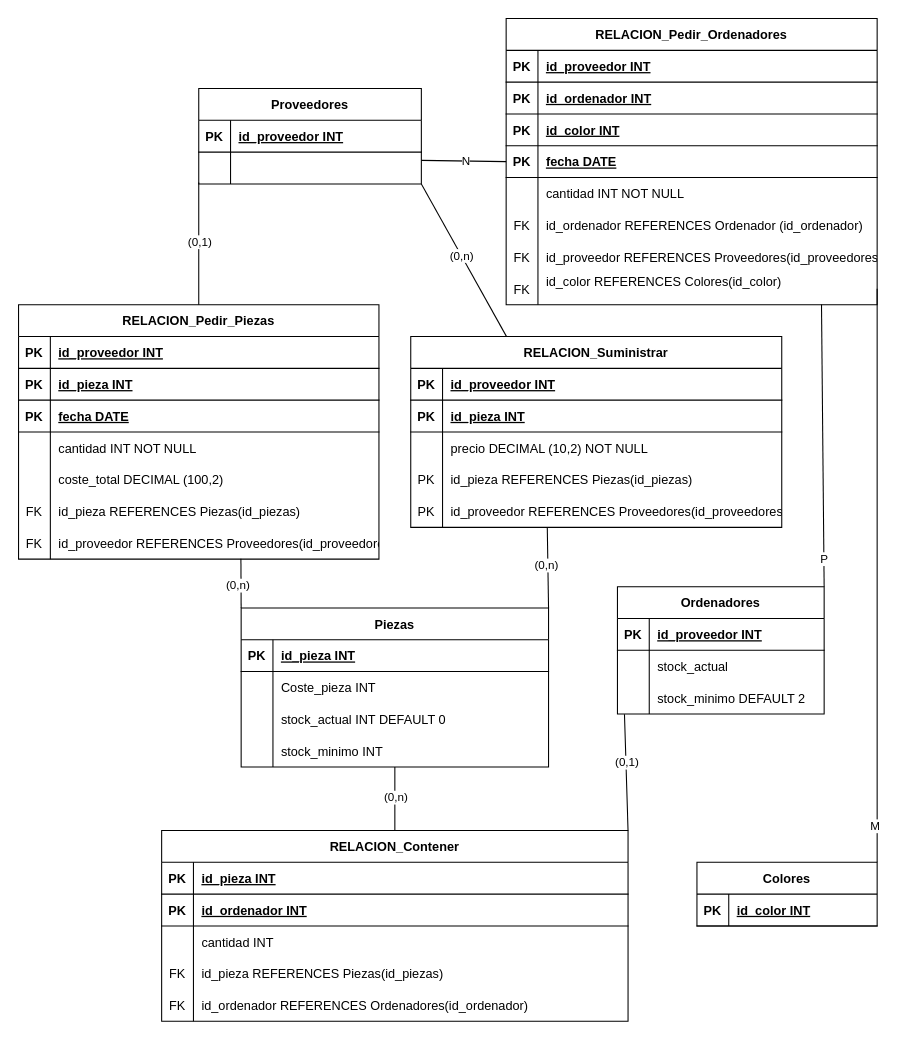
aloantony/TrabajosEnGrupoGII-DalilaTony keeps this draw.io diagram as IngenieríaDeSoftware/P2-A3/Modelado R4.drawio. Above is the earlier version. Source tidied: cells renumbered, new cells numbered last; positions are measured from the earlier drawing's top-left corner, leaving out a move shared by most shapes. Both pictures are drawn from the tidied source at 106%, with x=0, y=0 at pixel (18, 18).
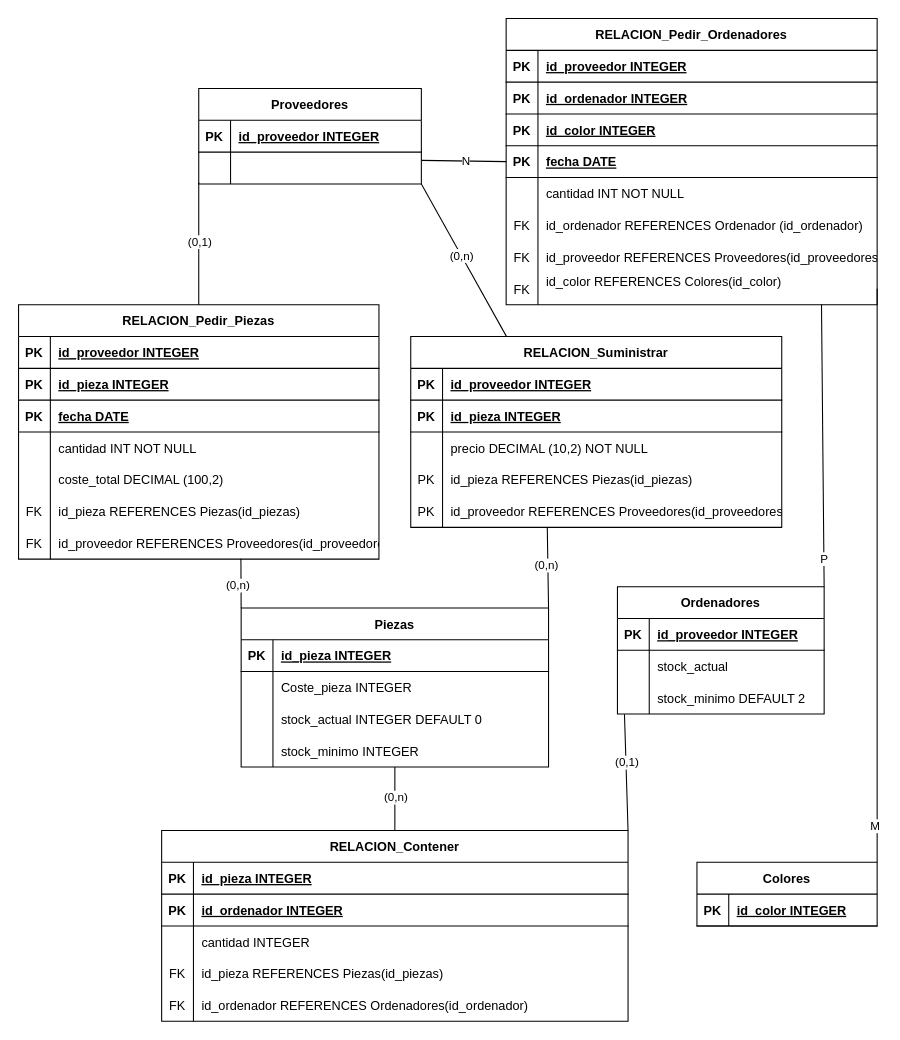
After the change.

Unchanged cells that the change refers to:
```xml
<mxCell id="3" style="shape=tableRow;horizontal=0;startSize=0;swimlaneHead=0;swimlaneBody=0;fillColor=none;strokeColor=inherit;top=0;left=0;right=0;bottom=1;" parent="2" vertex="1">
  <mxGeometry y="30" width="290" height="30" as="geometry" />
</mxCell>
<mxCell id="6" style="shape=tableRow;horizontal=0;startSize=0;swimlaneHead=0;swimlaneBody=0;fillColor=none;strokeColor=inherit;top=0;left=0;right=0;bottom=0;" parent="2" vertex="1">
  <mxGeometry y="60" width="290" height="30" as="geometry" />
</mxCell>
<mxCell id="9" style="shape=tableRow;horizontal=0;startSize=0;swimlaneHead=0;swimlaneBody=0;fillColor=none;strokeColor=inherit;top=0;left=0;right=0;bottom=0;" parent="2" vertex="1">
  <mxGeometry y="90" width="290" height="30" as="geometry" />
</mxCell>
<mxCell id="12" style="shape=tableRow;horizontal=0;startSize=0;swimlaneHead=0;swimlaneBody=0;fillColor=none;strokeColor=inherit;top=0;left=0;right=0;bottom=0;" parent="2" vertex="1">
  <mxGeometry y="120" width="290" height="30" as="geometry" />
</mxCell>
<mxCell id="16" style="shape=tableRow;horizontal=0;startSize=0;swimlaneHead=0;swimlaneBody=0;fillColor=none;strokeColor=inherit;top=0;left=0;right=0;bottom=1;" parent="15" vertex="1">
  <mxGeometry y="30" width="440" height="30" as="geometry" />
</mxCell>
<mxCell id="19" style="shape=tableRow;horizontal=0;startSize=0;swimlaneHead=0;swimlaneBody=0;fillColor=none;strokeColor=inherit;top=0;left=0;right=0;bottom=1;" parent="15" vertex="1">
  <mxGeometry y="60" width="440" height="30" as="geometry" />
</mxCell>
<mxCell id="22" style="shape=tableRow;horizontal=0;startSize=0;swimlaneHead=0;swimlaneBody=0;fillColor=none;strokeColor=inherit;top=0;left=0;right=0;bottom=0;" parent="15" vertex="1">
  <mxGeometry y="90" width="440" height="30" as="geometry" />
</mxCell>
<mxCell id="36" style="shape=tableRow;horizontal=0;startSize=0;swimlaneHead=0;swimlaneBody=0;fillColor=none;strokeColor=inherit;top=0;left=0;right=0;bottom=1;" parent="35" vertex="1">
  <mxGeometry y="30" width="210" height="30" as="geometry" />
</mxCell>
<mxCell id="47" style="shape=tableRow;horizontal=0;startSize=0;swimlaneHead=0;swimlaneBody=0;fillColor=none;strokeColor=inherit;top=0;left=0;right=0;bottom=1;" parent="46" vertex="1">
  <mxGeometry y="30" width="350" height="30" as="geometry" />
</mxCell>
<mxCell id="50" style="shape=tableRow;horizontal=0;startSize=0;swimlaneHead=0;swimlaneBody=0;fillColor=none;strokeColor=inherit;top=0;left=0;right=0;bottom=1;" parent="46" vertex="1">
  <mxGeometry y="60" width="350" height="30" as="geometry" />
</mxCell>
<mxCell id="63" style="shape=tableRow;horizontal=0;startSize=0;swimlaneHead=0;swimlaneBody=0;fillColor=none;strokeColor=inherit;top=0;left=0;right=0;bottom=1;" parent="62" vertex="1">
  <mxGeometry y="30" width="340" height="30" as="geometry" />
</mxCell>
<mxCell id="66" style="shape=tableRow;horizontal=0;startSize=0;swimlaneHead=0;swimlaneBody=0;fillColor=none;strokeColor=inherit;top=0;left=0;right=0;bottom=1;" parent="62" vertex="1">
  <mxGeometry y="60" width="340" height="30" as="geometry" />
</mxCell>
<mxCell id="89" style="shape=tableRow;horizontal=0;startSize=0;swimlaneHead=0;swimlaneBody=0;fillColor=none;strokeColor=inherit;top=0;left=0;right=0;bottom=1;" parent="88" vertex="1">
  <mxGeometry y="30" width="195" height="30" as="geometry" />
</mxCell>
<mxCell id="99" style="shape=tableRow;horizontal=0;startSize=0;swimlaneHead=0;swimlaneBody=0;fillColor=none;strokeColor=inherit;top=0;left=0;right=0;bottom=1;" parent="98" vertex="1">
  <mxGeometry y="30" width="350" height="30" as="geometry" />
</mxCell>
<mxCell id="102" style="shape=tableRow;horizontal=0;startSize=0;swimlaneHead=0;swimlaneBody=0;fillColor=none;strokeColor=inherit;top=0;left=0;right=0;bottom=1;" parent="98" vertex="1">
  <mxGeometry y="60" width="350" height="30" as="geometry" />
</mxCell>
<mxCell id="105" style="shape=tableRow;horizontal=0;startSize=0;swimlaneHead=0;swimlaneBody=0;fillColor=none;strokeColor=inherit;top=0;left=0;right=0;bottom=1;" parent="98" vertex="1">
  <mxGeometry y="90" width="350" height="30" as="geometry" />
</mxCell>
<mxCell id="128" style="shape=tableRow;horizontal=0;startSize=0;swimlaneHead=0;swimlaneBody=0;fillColor=none;strokeColor=inherit;top=0;left=0;right=0;bottom=1;" parent="127" vertex="1">
  <mxGeometry y="30" width="170" height="30" as="geometry" />
</mxCell>
```

Diff of the diagram source:
```diff
@@
-    <mxCell id="5" value="id_pieza INT" style="shape=partialRectangle;overflow=hidden;fillColor=none;align=left;strokeColor=inherit;top=0;left=0;bottom=0;right=0;spacingLeft=6;fontStyle=5;" parent="3" vertex="1">
+    <mxCell id="5" value="id_pieza INTEGER" style="shape=partialRectangle;overflow=hidden;fillColor=none;align=left;strokeColor=inherit;top=0;left=0;bottom=0;right=0;spacingLeft=6;fontStyle=5;" parent="3" vertex="1">
       <mxGeometry x="30" width="260" height="30" as="geometry" />
     </mxCell>
@@
-    <mxCell id="8" value="Coste_pieza INT" style="shape=partialRectangle;overflow=hidden;fillColor=none;align=left;strokeColor=inherit;top=0;left=0;bottom=0;right=0;spacingLeft=6;" parent="6" vertex="1">
+    <mxCell id="8" value="Coste_pieza INTEGER" style="shape=partialRectangle;overflow=hidden;fillColor=none;align=left;strokeColor=inherit;top=0;left=0;bottom=0;right=0;spacingLeft=6;" parent="6" vertex="1">
       <mxGeometry x="30" width="260" height="30" as="geometry" />
     </mxCell>
@@
-    <mxCell id="11" value="stock_actual INT DEFAULT 0" style="shape=partialRectangle;overflow=hidden;fillColor=none;align=left;strokeColor=inherit;top=0;left=0;bottom=0;right=0;spacingLeft=6;" parent="9" vertex="1">
+    <mxCell id="11" value="stock_actual INTEGER DEFAULT 0" style="shape=partialRectangle;overflow=hidden;fillColor=none;align=left;strokeColor=inherit;top=0;left=0;bottom=0;right=0;spacingLeft=6;" parent="9" vertex="1">
       <mxGeometry x="30" width="260" height="30" as="geometry" />
     </mxCell>
@@
-    <mxCell id="14" value="stock_minimo INT" style="shape=partialRectangle;overflow=hidden;fillColor=none;align=left;strokeColor=inherit;top=0;left=0;bottom=0;right=0;spacingLeft=6;" parent="12" vertex="1">
+    <mxCell id="14" value="stock_minimo INTEGER" style="shape=partialRectangle;overflow=hidden;fillColor=none;align=left;strokeColor=inherit;top=0;left=0;bottom=0;right=0;spacingLeft=6;" parent="12" vertex="1">
       <mxGeometry x="30" width="260" height="30" as="geometry" />
     </mxCell>
@@
-    <mxCell id="18" value="id_pieza INT" style="shape=partialRectangle;overflow=hidden;fillColor=none;align=left;strokeColor=inherit;top=0;left=0;bottom=0;right=0;spacingLeft=6;fontStyle=5;" parent="16" vertex="1">
+    <mxCell id="18" value="id_pieza INTEGER" style="shape=partialRectangle;overflow=hidden;fillColor=none;align=left;strokeColor=inherit;top=0;left=0;bottom=0;right=0;spacingLeft=6;fontStyle=5;" parent="16" vertex="1">
       <mxGeometry x="30" width="410" height="30" as="geometry" />
     </mxCell>
@@
-    <mxCell id="21" value="id_ordenador INT" style="shape=partialRectangle;overflow=hidden;fillColor=none;align=left;strokeColor=inherit;top=0;left=0;bottom=0;right=0;spacingLeft=6;fontStyle=5;" parent="19" vertex="1">
+    <mxCell id="21" value="id_ordenador INTEGER" style="shape=partialRectangle;overflow=hidden;fillColor=none;align=left;strokeColor=inherit;top=0;left=0;bottom=0;right=0;spacingLeft=6;fontStyle=5;" parent="19" vertex="1">
       <mxGeometry x="30" width="410" height="30" as="geometry" />
     </mxCell>
@@
-    <mxCell id="24" value="cantidad INT" style="shape=partialRectangle;overflow=hidden;fillColor=none;align=left;strokeColor=inherit;top=0;left=0;bottom=0;right=0;spacingLeft=6;" parent="22" vertex="1">
+    <mxCell id="24" value="cantidad INTEGER" style="shape=partialRectangle;overflow=hidden;fillColor=none;align=left;strokeColor=inherit;top=0;left=0;bottom=0;right=0;spacingLeft=6;" parent="22" vertex="1">
       <mxGeometry x="30" width="410" height="30" as="geometry" />
     </mxCell>
@@
-    <mxCell id="38" value="id_proveedor INT" style="shape=partialRectangle;overflow=hidden;fillColor=none;align=left;strokeColor=inherit;top=0;left=0;bottom=0;right=0;spacingLeft=6;fontStyle=5;" parent="36" vertex="1">
+    <mxCell id="38" value="id_proveedor INTEGER" style="shape=partialRectangle;overflow=hidden;fillColor=none;align=left;strokeColor=inherit;top=0;left=0;bottom=0;right=0;spacingLeft=6;fontStyle=5;" parent="36" vertex="1">
       <mxGeometry x="30" width="180" height="30" as="geometry" />
     </mxCell>
@@
-    <mxCell id="49" value="id_proveedor INT" style="shape=partialRectangle;overflow=hidden;fillColor=none;align=left;strokeColor=inherit;top=0;left=0;bottom=0;right=0;spacingLeft=6;fontStyle=5;" parent="47" vertex="1">
+    <mxCell id="49" value="id_proveedor INTEGER" style="shape=partialRectangle;overflow=hidden;fillColor=none;align=left;strokeColor=inherit;top=0;left=0;bottom=0;right=0;spacingLeft=6;fontStyle=5;" parent="47" vertex="1">
       <mxGeometry x="30" width="320" height="30" as="geometry" />
     </mxCell>
@@
-    <mxCell id="52" value="id_pieza INT" style="shape=partialRectangle;overflow=hidden;fillColor=none;align=left;strokeColor=inherit;top=0;left=0;bottom=0;right=0;spacingLeft=6;fontStyle=5;" parent="50" vertex="1">
+    <mxCell id="52" value="id_pieza INTEGER" style="shape=partialRectangle;overflow=hidden;fillColor=none;align=left;strokeColor=inherit;top=0;left=0;bottom=0;right=0;spacingLeft=6;fontStyle=5;" parent="50" vertex="1">
       <mxGeometry x="30" width="320" height="30" as="geometry" />
     </mxCell>
@@
-    <mxCell id="65" value="id_proveedor INT" style="shape=partialRectangle;overflow=hidden;fillColor=none;align=left;strokeColor=inherit;top=0;left=0;bottom=0;right=0;spacingLeft=6;fontStyle=5;" parent="63" vertex="1">
+    <mxCell id="65" value="id_proveedor INTEGER" style="shape=partialRectangle;overflow=hidden;fillColor=none;align=left;strokeColor=inherit;top=0;left=0;bottom=0;right=0;spacingLeft=6;fontStyle=5;" parent="63" vertex="1">
       <mxGeometry x="30" width="310" height="30" as="geometry" />
     </mxCell>
@@
-    <mxCell id="68" value="id_pieza INT" style="shape=partialRectangle;overflow=hidden;fillColor=none;align=left;strokeColor=inherit;top=0;left=0;bottom=0;right=0;spacingLeft=6;fontStyle=5;" parent="66" vertex="1">
+    <mxCell id="68" value="id_pieza INTEGER" style="shape=partialRectangle;overflow=hidden;fillColor=none;align=left;strokeColor=inherit;top=0;left=0;bottom=0;right=0;spacingLeft=6;fontStyle=5;" parent="66" vertex="1">
       <mxGeometry x="30" width="310" height="30" as="geometry" />
     </mxCell>
@@
-    <mxCell id="91" value="id_proveedor INT" style="shape=partialRectangle;overflow=hidden;fillColor=none;align=left;strokeColor=inherit;top=0;left=0;bottom=0;right=0;spacingLeft=6;fontStyle=5;" parent="89" vertex="1">
+    <mxCell id="91" value="id_proveedor INTEGER" style="shape=partialRectangle;overflow=hidden;fillColor=none;align=left;strokeColor=inherit;top=0;left=0;bottom=0;right=0;spacingLeft=6;fontStyle=5;" parent="89" vertex="1">
       <mxGeometry x="30" width="165" height="30" as="geometry" />
     </mxCell>
@@
-    <mxCell id="101" value="id_proveedor INT" style="shape=partialRectangle;overflow=hidden;fillColor=none;align=left;strokeColor=inherit;top=0;left=0;bottom=0;right=0;spacingLeft=6;fontStyle=5;" parent="99" vertex="1">
+    <mxCell id="101" value="id_proveedor INTEGER" style="shape=partialRectangle;overflow=hidden;fillColor=none;align=left;strokeColor=inherit;top=0;left=0;bottom=0;right=0;spacingLeft=6;fontStyle=5;" parent="99" vertex="1">
       <mxGeometry x="30" width="320" height="30" as="geometry" />
     </mxCell>
@@
-    <mxCell id="104" value="id_ordenador INT" style="shape=partialRectangle;overflow=hidden;fillColor=none;align=left;strokeColor=inherit;top=0;left=0;bottom=0;right=0;spacingLeft=6;fontStyle=5;" parent="102" vertex="1">
+    <mxCell id="104" value="id_ordenador INTEGER" style="shape=partialRectangle;overflow=hidden;fillColor=none;align=left;strokeColor=inherit;top=0;left=0;bottom=0;right=0;spacingLeft=6;fontStyle=5;" parent="102" vertex="1">
       <mxGeometry x="30" width="320" height="30" as="geometry" />
     </mxCell>
@@
-    <mxCell id="107" value="id_color INT" style="shape=partialRectangle;overflow=hidden;fillColor=none;align=left;strokeColor=inherit;top=0;left=0;bottom=0;right=0;spacingLeft=6;fontStyle=5;" parent="105" vertex="1">
+    <mxCell id="107" value="id_color INTEGER" style="shape=partialRectangle;overflow=hidden;fillColor=none;align=left;strokeColor=inherit;top=0;left=0;bottom=0;right=0;spacingLeft=6;fontStyle=5;" parent="105" vertex="1">
       <mxGeometry x="30" width="320" height="30" as="geometry" />
     </mxCell>
@@
-    <mxCell id="130" value="id_color INT" style="shape=partialRectangle;overflow=hidden;fillColor=none;align=left;strokeColor=inherit;top=0;left=0;bottom=0;right=0;spacingLeft=6;fontStyle=5;" parent="128" vertex="1">
+    <mxCell id="130" value="id_color INTEGER" style="shape=partialRectangle;overflow=hidden;fillColor=none;align=left;strokeColor=inherit;top=0;left=0;bottom=0;right=0;spacingLeft=6;fontStyle=5;" parent="128" vertex="1">
       <mxGeometry x="30" width="140" height="30" as="geometry" />
     </mxCell>
```
